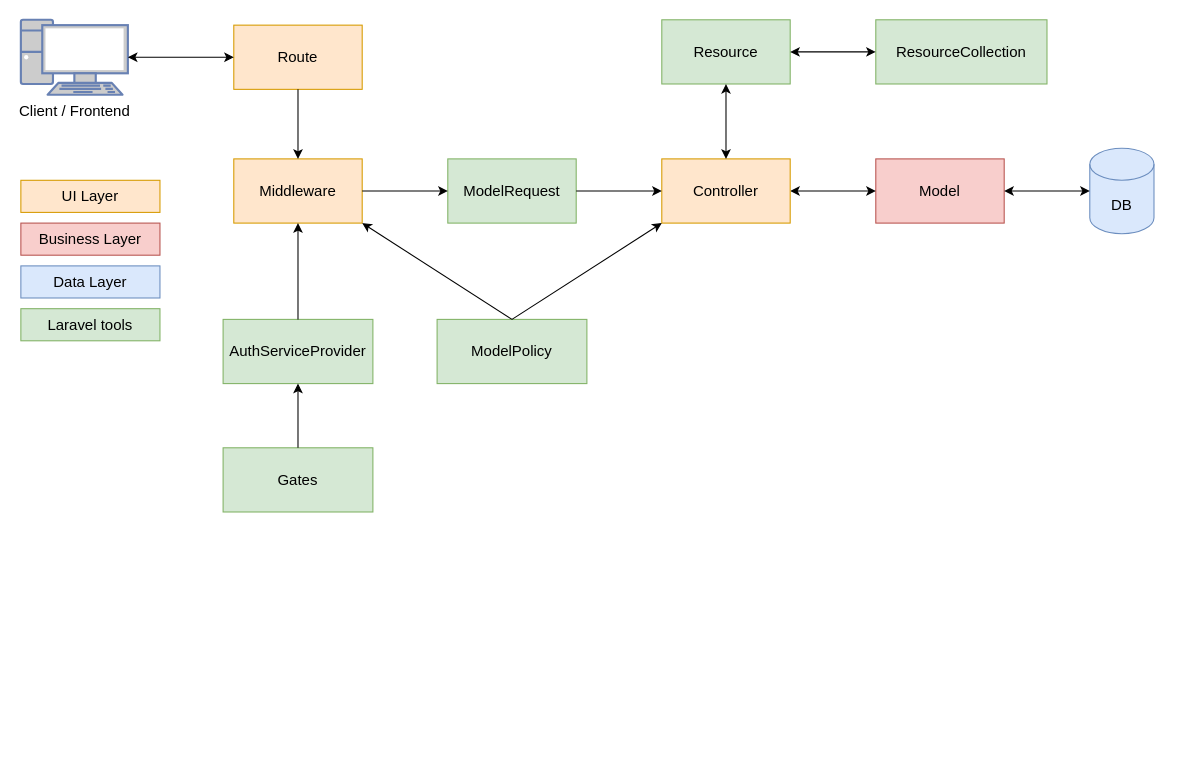
Above: assets/figures/architecture-code-finale.drawio in alecberney/TB_Report (draw.io), before the change. Source tidied: cells renumbered, new cells numbered last; positions are measured from the earlier drawing's top-left corner, leaving out a move shared by most shapes. Both pictures are drawn from the tidied source at 107%, with x=0, y=0 at pixel (20, 19).
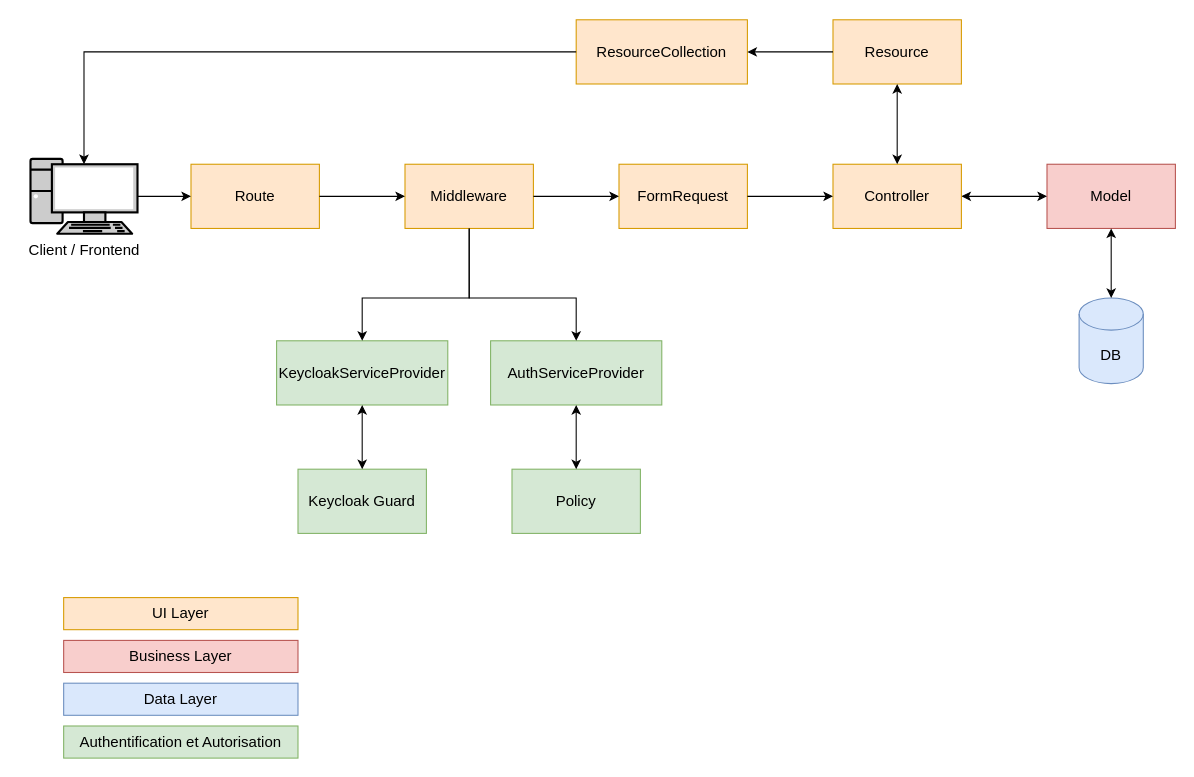
The same page after the edit.

What changed in the source:
```diff
@@
     <mxCell id="2" value="Model" style="rounded=0;whiteSpace=wrap;html=1;fillColor=#f8cecc;strokeColor=#b85450;fontSize=14;" parent="1" vertex="1">
-      <mxGeometry x="799" y="130" width="120" height="60" as="geometry" />
+      <mxGeometry x="959" y="135" width="120" height="60" as="geometry" />
     </mxCell>
     <mxCell id="3" value="DB" style="shape=cylinder3;whiteSpace=wrap;html=1;boundedLbl=1;backgroundOutline=1;size=15;fillColor=#dae8fc;strokeColor=#6c8ebf;fontSize=14;" parent="1" vertex="1">
-      <mxGeometry x="999" y="120" width="60" height="80" as="geometry" />
+      <mxGeometry x="989" y="260" width="60" height="80" as="geometry" />
     </mxCell>
@@
-    <mxCell id="5" style="endArrow=classic;startArrow=classic;html=1;rounded=0;strokeColor=#000000;fillColor=#000000;entryX=0;entryY=0.5;entryDx=0;entryDy=0;entryPerimeter=0;exitX=1;exitY=0.5;exitDx=0;exitDy=0;" parent="1" edge="1" source="2" target="3">
+    <mxCell id="5" style="endArrow=classic;startArrow=classic;html=1;rounded=0;strokeColor=#000000;fillColor=#000000;entryX=0.5;entryY=0;entryDx=0;entryDy=0;entryPerimeter=0;exitX=0.5;exitY=1;exitDx=0;exitDy=0;" parent="1" edge="1" source="2" target="3">
       <mxGeometry relative="1" as="geometry" />
     </mxCell>
-    <mxCell id="6" value="Resource" style="rounded=0;whiteSpace=wrap;html=1;fillColor=#d5e8d4;strokeColor=#82b366;fontSize=14;" parent="1" vertex="1">
-      <mxGeometry x="599" width="120" height="60" as="geometry" />
+    <mxCell id="6" value="Resource" style="rounded=0;whiteSpace=wrap;html=1;fillColor=#ffe6cc;strokeColor=#d79b00;fontSize=14;" parent="1" vertex="1">
+      <mxGeometry x="759" width="120" height="60" as="geometry" />
     </mxCell>
     <mxCell id="7" value="Business Layer" style="text;html=1;strokeColor=#b85450;fillColor=#f8cecc;align=center;verticalAlign=middle;whiteSpace=wrap;rounded=0;fontSize=14;" parent="1" vertex="1">
-      <mxGeometry y="190" width="130" height="30" as="geometry" />
+      <mxGeometry x="40" y="580" width="219" height="30" as="geometry" />
     </mxCell>
     <mxCell id="8" value="UI Layer" style="text;html=1;strokeColor=#d79b00;fillColor=#ffe6cc;align=center;verticalAlign=middle;whiteSpace=wrap;rounded=0;fontSize=14;" parent="1" vertex="1">
-      <mxGeometry y="150" width="130" height="30" as="geometry" />
+      <mxGeometry x="40" y="540" width="219" height="30" as="geometry" />
     </mxCell>
     <mxCell id="9" value="Data Layer" style="text;html=1;strokeColor=#6c8ebf;fillColor=#dae8fc;align=center;verticalAlign=middle;whiteSpace=wrap;rounded=0;fontSize=14;" parent="1" vertex="1">
-      <mxGeometry y="230" width="130" height="30" as="geometry" />
+      <mxGeometry x="40" y="620" width="219" height="30" as="geometry" />
     </mxCell>
     <mxCell id="10" value="Route" style="rounded=0;whiteSpace=wrap;html=1;fillColor=#ffe6cc;strokeColor=#d79b00;fontSize=14;" parent="1" vertex="1">
-      <mxGeometry x="199" y="5" width="120" height="60" as="geometry" />
+      <mxGeometry x="159" y="135" width="120" height="60" as="geometry" />
     </mxCell>
     <mxCell id="11" value="Middleware" style="rounded=0;whiteSpace=wrap;html=1;fillColor=#ffe6cc;strokeColor=#d79b00;fontSize=14;" parent="1" vertex="1">
-      <mxGeometry x="199" y="130" width="120" height="60" as="geometry" />
+      <mxGeometry x="359" y="135" width="120" height="60" as="geometry" />
     </mxCell>
     <mxCell id="12" value="Controller" style="rounded=0;whiteSpace=wrap;html=1;fillColor=#ffe6cc;strokeColor=#d79b00;fontSize=14;" parent="1" vertex="1">
-      <mxGeometry x="599" y="130" width="120" height="60" as="geometry" />
+      <mxGeometry x="759" y="135" width="120" height="60" as="geometry" />
     </mxCell>
-    <mxCell id="13" value="ModelRequest" style="rounded=0;whiteSpace=wrap;html=1;fillColor=#d5e8d4;strokeColor=#82b366;fontSize=14;" parent="1" vertex="1">
-      <mxGeometry x="399" y="130" width="120" height="60" as="geometry" />
+    <mxCell id="13" value="FormRequest" style="rounded=0;whiteSpace=wrap;html=1;fillColor=#ffe6cc;strokeColor=#d79b00;fontSize=14;" parent="1" vertex="1">
+      <mxGeometry x="559" y="135" width="120" height="60" as="geometry" />
     </mxCell>
     <mxCell id="14" value="AuthServiceProvider" style="rounded=0;whiteSpace=wrap;html=1;fillColor=#d5e8d4;strokeColor=#82b366;fontSize=14;" parent="1" vertex="1">
-      <mxGeometry x="189" y="280" width="140" height="60" as="geometry" />
+      <mxGeometry x="439" y="300" width="160" height="60" as="geometry" />
     </mxCell>
-    <mxCell id="15" value="Gates" style="rounded=0;whiteSpace=wrap;html=1;fillColor=#d5e8d4;strokeColor=#82b366;fontSize=14;" parent="1" vertex="1">
-      <mxGeometry x="189" y="400" width="140" height="60" as="geometry" />
-    </mxCell>
-    <mxCell id="16" style="endArrow=classic;html=1;rounded=0;exitX=0.5;exitY=0;exitDx=0;exitDy=0;entryX=0.5;entryY=1;entryDx=0;entryDy=0;" parent="1" edge="1" source="15" target="14">
-      <mxGeometry relative="1" as="geometry" />
-    </mxCell>
-    <mxCell id="17" style="endArrow=classic;html=1;rounded=0;entryX=0.5;entryY=1;entryDx=0;entryDy=0;exitX=0.5;exitY=0;exitDx=0;exitDy=0;" parent="1" edge="1" source="14" target="11">
-      <mxGeometry relative="1" as="geometry" />
-    </mxCell>
-    <mxCell id="18" value="ModelPolicy" style="rounded=0;whiteSpace=wrap;html=1;fillColor=#d5e8d4;strokeColor=#82b366;fontSize=14;" parent="1" vertex="1">
-      <mxGeometry x="389" y="280" width="140" height="60" as="geometry" />
+    <mxCell id="18" value="Policy" style="rounded=0;whiteSpace=wrap;html=1;fillColor=#d5e8d4;strokeColor=#82b366;fontSize=14;" parent="1" vertex="1">
+      <mxGeometry x="459" y="420" width="120" height="60" as="geometry" />
     </mxCell>
-    <mxCell id="19" style="endArrow=classic;html=1;rounded=0;entryX=1;entryY=1;entryDx=0;entryDy=0;exitX=0.5;exitY=0;exitDx=0;exitDy=0;" parent="1" edge="1" source="18" target="11">
-      <mxGeometry relative="1" as="geometry" />
-    </mxCell>
-    <mxCell id="20" style="endArrow=classic;html=1;rounded=0;entryX=0;entryY=1;entryDx=0;entryDy=0;exitX=0.5;exitY=0;exitDx=0;exitDy=0;" parent="1" edge="1" source="18" target="12">
-      <mxGeometry relative="1" as="geometry" />
-    </mxCell>
@@
-    <mxCell id="23" style="endArrow=classic;html=1;rounded=0;entryX=0.5;entryY=0;entryDx=0;entryDy=0;exitX=0.5;exitY=1;exitDx=0;exitDy=0;" parent="1" edge="1" source="10" target="11">
+    <mxCell id="23" style="endArrow=classic;html=1;rounded=0;entryX=0;entryY=0.5;entryDx=0;entryDy=0;exitX=1;exitY=0.5;exitDx=0;exitDy=0;" parent="1" edge="1" source="10" target="11">
       <mxGeometry relative="1" as="geometry" />
     </mxCell>
-    <mxCell id="24" value="Laravel tools" style="text;html=1;strokeColor=#82b366;fillColor=#d5e8d4;align=center;verticalAlign=middle;whiteSpace=wrap;rounded=0;fontSize=14;" parent="1" vertex="1">
-      <mxGeometry y="270" width="130" height="30" as="geometry" />
+    <mxCell id="24" value="Authentification et Autorisation" style="text;html=1;strokeColor=#82b366;fillColor=#d5e8d4;align=center;verticalAlign=middle;whiteSpace=wrap;rounded=0;fontSize=14;" parent="1" vertex="1">
+      <mxGeometry x="40" y="660" width="219" height="30" as="geometry" />
     </mxCell>
@@
-    <mxCell id="26" value="ResourceCollection" style="rounded=0;whiteSpace=wrap;html=1;fillColor=#d5e8d4;strokeColor=#82b366;fontSize=14;" parent="1" vertex="1">
-      <mxGeometry x="799" width="160" height="60" as="geometry" />
+    <mxCell id="26" value="ResourceCollection" style="rounded=0;whiteSpace=wrap;html=1;fillColor=#ffe6cc;strokeColor=#d79b00;fontSize=14;" parent="1" vertex="1">
+      <mxGeometry x="519" width="160" height="60" as="geometry" />
     </mxCell>
-    <mxCell id="27" style="endArrow=classic;startArrow=classic;html=1;rounded=0;exitX=0;exitY=0.5;exitDx=0;exitDy=0;entryX=1;entryY=0.5;entryDx=0;entryDy=0;" parent="1" edge="1" source="26" target="6">
-      <mxGeometry relative="1" as="geometry" />
-    </mxCell>
-    <mxCell id="28" value="Client / Frontend" style="fontColor=#000000;verticalAlign=top;verticalLabelPosition=bottom;labelPosition=center;align=center;html=1;outlineConnect=0;fillColor=#CCCCCC;strokeColor=#6881B3;gradientColor=none;gradientDirection=north;strokeWidth=2;shape=mxgraph.networks.pc;fontSize=14;" parent="1" vertex="1">
-      <mxGeometry width="100" height="70" as="geometry" />
+    <mxCell id="28" value="Client / Frontend" style="fontColor=#000000;verticalAlign=top;verticalLabelPosition=bottom;labelPosition=center;align=center;html=1;outlineConnect=0;fillColor=#CCCCCC;strokeColor=#000000;gradientColor=none;gradientDirection=north;strokeWidth=2;shape=mxgraph.networks.pc;fontSize=14;" parent="1" vertex="1">
+      <mxGeometry x="9" y="130" width="100" height="70" as="geometry" />
     </mxCell>
+    <mxCell id="30" style="endArrow=classic;html=1;rounded=0;exitX=0;exitY=0.5;exitDx=0;exitDy=0;entryX=1;entryY=0.5;entryDx=0;entryDy=0;" parent="1" edge="1" source="6" target="26">
+      <mxGeometry relative="1" as="geometry" />
+    </mxCell>
-    <mxCell id="29" style="endArrow=classic;startArrow=classic;html=1;rounded=0;entryX=0;entryY=0.5;entryDx=0;entryDy=0;exitX=1;exitY=0.5;exitDx=0;exitDy=0;exitPerimeter=0;" parent="1" edge="1" source="28" target="10">
+    <mxCell id="29" style="endArrow=classic;html=1;rounded=0;entryX=0;entryY=0.5;entryDx=0;entryDy=0;exitX=1;exitY=0.5;exitDx=0;exitDy=0;exitPerimeter=0;" parent="1" edge="1" source="28" target="10">
       <mxGeometry relative="1" as="geometry" />
     </mxCell>
+    <mxCell id="31" style="endArrow=classic;html=1;rounded=0;exitX=0;exitY=0.5;exitDx=0;exitDy=0;entryX=0.5;entryY=0.07;entryDx=0;entryDy=0;entryPerimeter=0;" parent="1" edge="1" source="26" target="28">
+      <mxGeometry relative="1" as="geometry">
+        <Array as="points">
+          <mxPoint x="59" y="30" />
+        </Array>
+      </mxGeometry>
+    </mxCell>
+    <mxCell id="32" value="KeycloakServiceProvider" style="rounded=0;whiteSpace=wrap;html=1;fillColor=#d5e8d4;strokeColor=#82b366;fontSize=14;" parent="1" vertex="1">
+      <mxGeometry x="239" y="300" width="160" height="60" as="geometry" />
+    </mxCell>
+    <mxCell id="33" style="endArrow=classic;html=1;rounded=0;entryX=0.5;entryY=0;entryDx=0;entryDy=0;exitX=0.5;exitY=1;exitDx=0;exitDy=0;" parent="1" edge="1" source="11" target="14">
+      <mxGeometry relative="1" as="geometry">
+        <Array as="points">
+          <mxPoint x="419" y="260" />
+          <mxPoint x="519" y="260" />
+        </Array>
+      </mxGeometry>
+    </mxCell>
+    <mxCell id="34" style="endArrow=classic;html=1;rounded=0;exitX=0.5;exitY=1;exitDx=0;exitDy=0;" parent="1" edge="1" source="11" target="32">
+      <mxGeometry relative="1" as="geometry">
+        <Array as="points">
+          <mxPoint x="419" y="260" />
+          <mxPoint x="319" y="260" />
+        </Array>
+      </mxGeometry>
+    </mxCell>
+    <mxCell id="35" style="endArrow=classic;startArrow=classic;html=1;rounded=0;entryX=0.5;entryY=1;entryDx=0;entryDy=0;exitX=0.5;exitY=0;exitDx=0;exitDy=0;" parent="1" edge="1" source="18" target="14">
+      <mxGeometry relative="1" as="geometry" />
+    </mxCell>
+    <mxCell id="36" value="Keycloak Guard" style="rounded=0;whiteSpace=wrap;html=1;fillColor=#d5e8d4;strokeColor=#82b366;fontSize=14;" parent="1" vertex="1">
+      <mxGeometry x="259" y="420" width="120" height="60" as="geometry" />
+    </mxCell>
+    <mxCell id="37" style="endArrow=classic;startArrow=classic;html=1;rounded=0;entryX=0.5;entryY=1;entryDx=0;entryDy=0;exitX=0.5;exitY=0;exitDx=0;exitDy=0;" parent="1" edge="1" source="36" target="32">
+      <mxGeometry relative="1" as="geometry" />
+    </mxCell>
```
